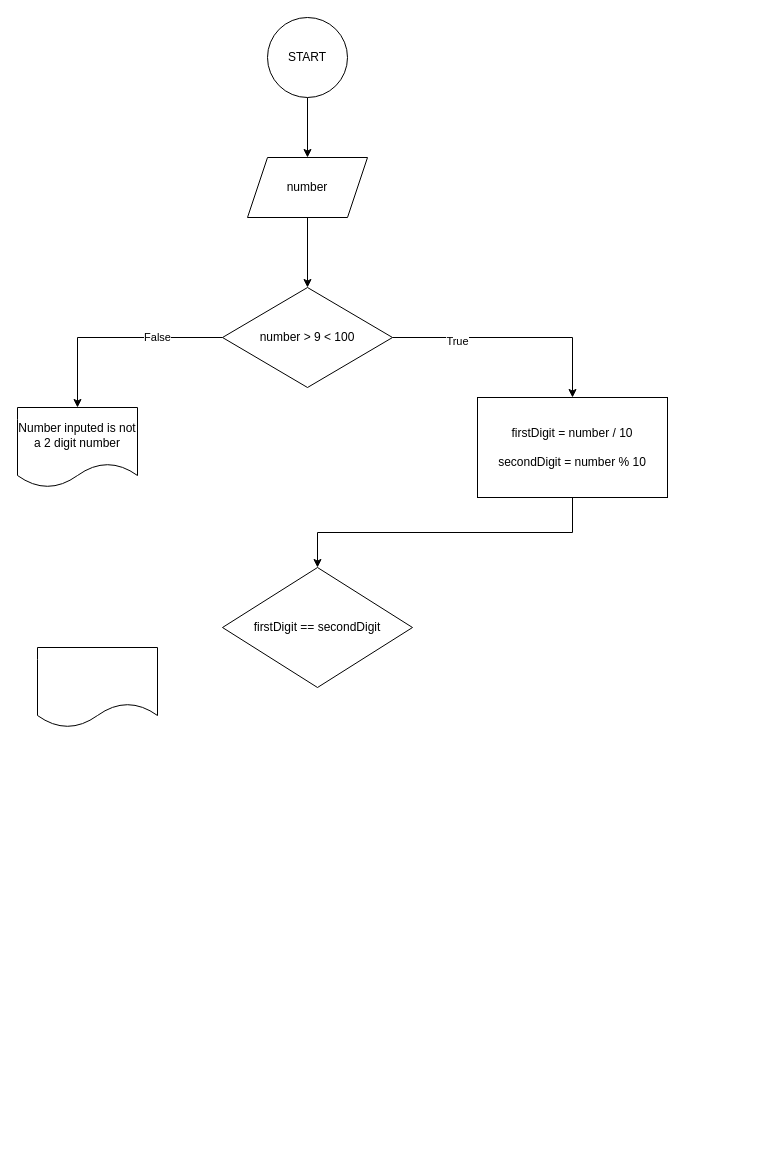
Above: double-digit-parser.drawio in uthmanigbin/university-work (draw.io), before the change. Source tidied: cells renumbered, new cells numbered last; positions are measured from the earlier drawing's top-left corner, leaving out a move shared by most shapes. Both pictures are drawn from the tidied source at 100%, with x=0, y=0 at pixel (17, 17).
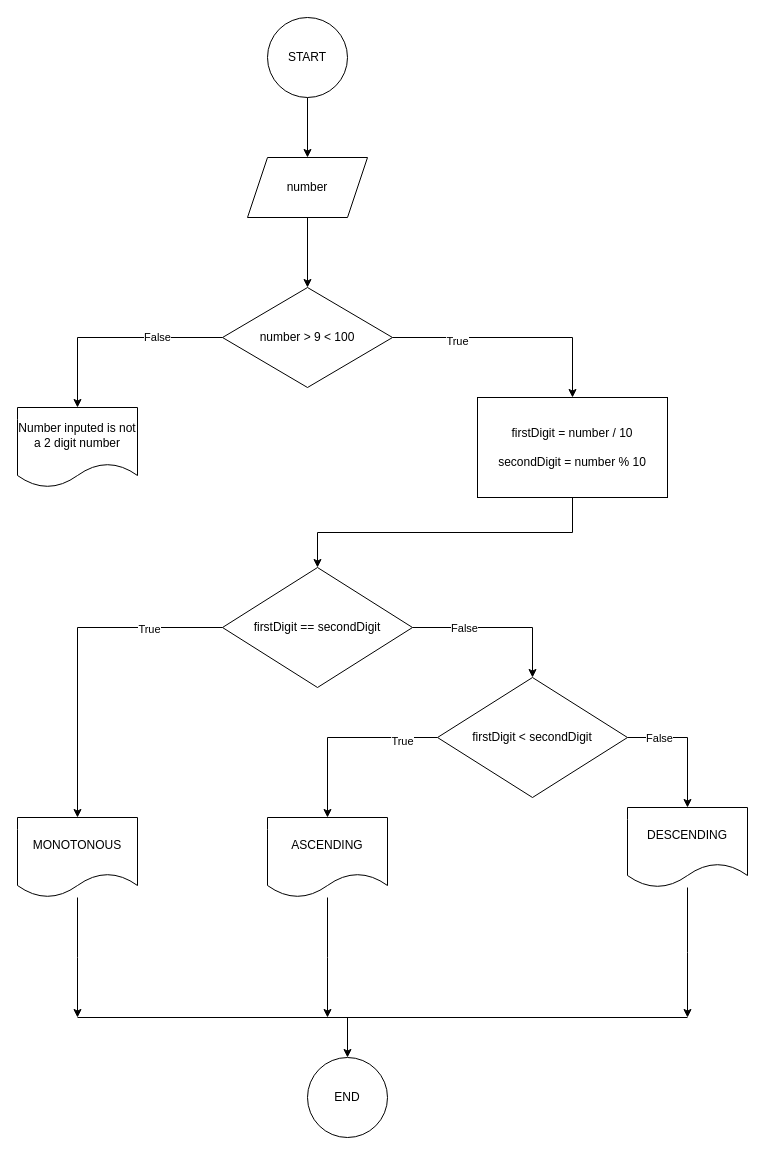
The same diagram, later.

The change refers to these unchanged cells:
```xml
<mxCell id="14" value="firstDigit == secondDigit" style="rhombus;whiteSpace=wrap;html=1;" parent="1" vertex="1">
  <mxGeometry x="205" y="550" width="190" height="120" as="geometry" />
</mxCell>
```

What changed in the source:
```diff
@@
+    <mxCell id="16" style="edgeStyle=orthogonalEdgeStyle;rounded=0;jettySize=auto;html=1;entryX=0.5;entryY=0;entryDx=0;entryDy=0;" parent="1" edge="1" source="14" target="15">
+      <mxGeometry relative="1" as="geometry" />
+    </mxCell>
+    <mxCell id="17" value="True" style="edgeLabel;html=1;align=center;verticalAlign=middle;" parent="16" vertex="1">
+      <mxGeometry x="-0.56" y="1" relative="1" as="geometry" />
+    </mxCell>
+    <mxCell id="18" style="edgeStyle=orthogonalEdgeStyle;rounded=0;jettySize=auto;html=1;entryX=0.5;entryY=0;entryDx=0;entryDy=0;" parent="1" edge="1" source="14" target="25">
+      <mxGeometry relative="1" as="geometry" />
+    </mxCell>
+    <mxCell id="19" value="False" style="edgeLabel;html=1;align=center;verticalAlign=middle;" parent="18" vertex="1">
+      <mxGeometry x="-0.4" relative="1" as="geometry" />
+    </mxCell>
@@
+    <mxCell id="20" style="edgeStyle=orthogonalEdgeStyle;rounded=0;jettySize=auto;html=1;" parent="1" edge="1" source="15">
+      <mxGeometry relative="1" as="geometry">
+        <mxPoint x="60" y="1000" as="targetPoint" />
+      </mxGeometry>
+    </mxCell>
-    <mxCell id="15" style="shape=document;whiteSpace=wrap;html=1;boundedLbl=1;" parent="1" vertex="1">
-      <mxGeometry x="20" y="630" width="120" height="80" as="geometry" />
+    <mxCell id="15" value="MONOTONOUS" style="shape=document;whiteSpace=wrap;html=1;boundedLbl=1;" parent="1" vertex="1">
+      <mxGeometry y="800" width="120" height="80" as="geometry" />
     </mxCell>
+    <mxCell id="21" style="edgeStyle=orthogonalEdgeStyle;rounded=0;jettySize=auto;html=1;entryX=0.5;entryY=0;entryDx=0;entryDy=0;" parent="1" edge="1" source="25" target="27">
+      <mxGeometry relative="1" as="geometry" />
+    </mxCell>
+    <mxCell id="22" value="True" style="edgeLabel;html=1;align=center;verticalAlign=middle;" parent="21" vertex="1">
+      <mxGeometry x="-0.62" y="3" relative="1" as="geometry" />
+    </mxCell>
+    <mxCell id="23" style="edgeStyle=orthogonalEdgeStyle;rounded=0;jettySize=auto;html=1;exitX=1;exitY=0.5;exitDx=0;exitDy=0;entryX=0.5;entryY=0;entryDx=0;entryDy=0;" parent="1" edge="1" source="25" target="29">
+      <mxGeometry relative="1" as="geometry" />
+    </mxCell>
+    <mxCell id="24" value="False" style="edgeLabel;html=1;align=center;verticalAlign=middle;" parent="23" vertex="1">
+      <mxGeometry x="-0.53" relative="1" as="geometry" />
+    </mxCell>
+    <mxCell id="25" value="firstDigit &amp;lt; secondDigit" style="rhombus;whiteSpace=wrap;html=1;" parent="1" vertex="1">
+      <mxGeometry x="420" y="660" width="190" height="120" as="geometry" />
+    </mxCell>
+    <mxCell id="26" style="edgeStyle=orthogonalEdgeStyle;rounded=0;jettySize=auto;html=1;" parent="1" edge="1" source="27">
+      <mxGeometry relative="1" as="geometry">
+        <mxPoint x="310" y="1000" as="targetPoint" />
+      </mxGeometry>
+    </mxCell>
+    <mxCell id="27" value="ASCENDING" style="shape=document;whiteSpace=wrap;html=1;boundedLbl=1;" parent="1" vertex="1">
+      <mxGeometry x="250" y="800" width="120" height="80" as="geometry" />
+    </mxCell>
+    <mxCell id="28" style="edgeStyle=orthogonalEdgeStyle;rounded=0;jettySize=auto;html=1;" parent="1" edge="1" source="29">
+      <mxGeometry relative="1" as="geometry">
+        <mxPoint x="670" y="1000" as="targetPoint" />
+      </mxGeometry>
+    </mxCell>
+    <mxCell id="29" value="DESCENDING" style="shape=document;whiteSpace=wrap;html=1;boundedLbl=1;" parent="1" vertex="1">
+      <mxGeometry x="610" y="790" width="120" height="80" as="geometry" />
+    </mxCell>
+    <mxCell id="30" style="endArrow=none;html=1;rounded=0;" parent="1" edge="1">
+      <mxGeometry relative="1" as="geometry">
+        <mxPoint x="60" y="1000" as="sourcePoint" />
+        <mxPoint x="670" y="1000" as="targetPoint" />
+      </mxGeometry>
+    </mxCell>
+    <mxCell id="31" style="endArrow=classic;html=1;rounded=0;" parent="1" edge="1" target="32">
+      <mxGeometry relative="1" as="geometry">
+        <mxPoint x="330" y="1000" as="sourcePoint" />
+      </mxGeometry>
+    </mxCell>
+    <mxCell id="32" value="END" style="ellipse;whiteSpace=wrap;html=1;" parent="1" vertex="1">
+      <mxGeometry x="290" y="1040" width="80" height="80" as="geometry" />
+    </mxCell>
```
